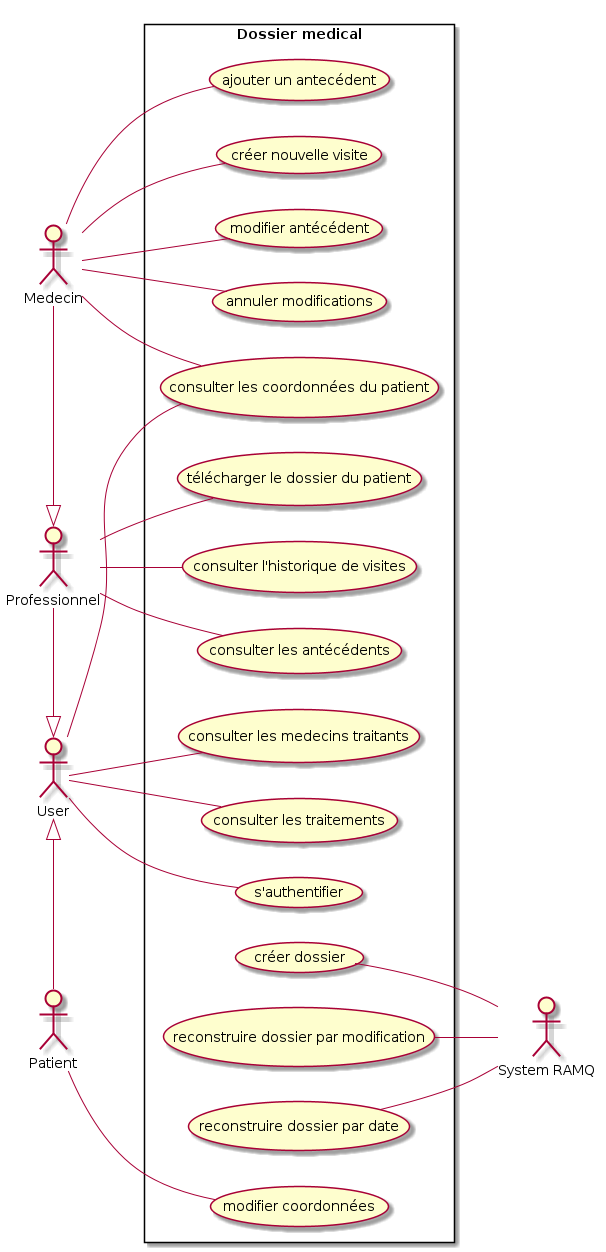
This is models/usecase_diagram.png from fethiuqam/INF5153-Projet-Session, a PlantUML export, as it was before one commit.
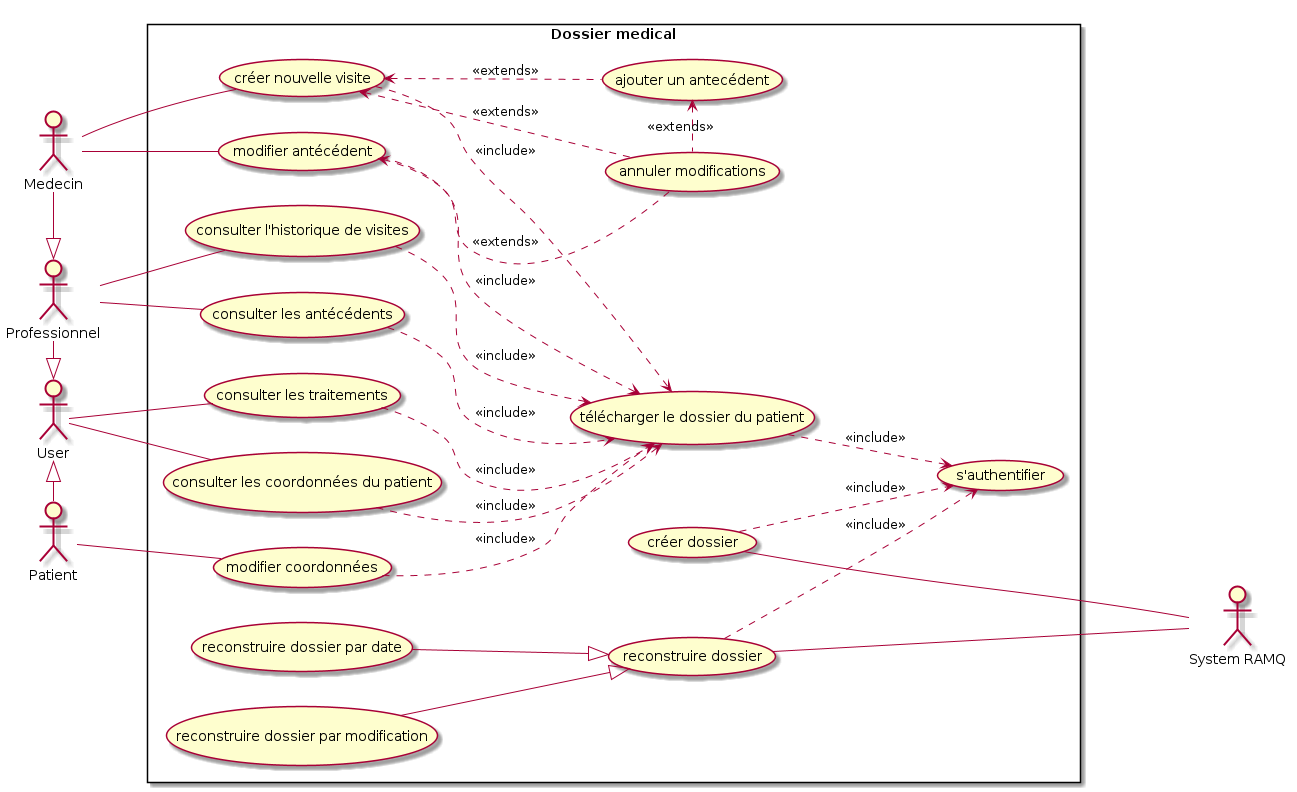
The same diagram one commit later.

Commit message:
mise a jour du diagramme des cas d'utilisations

What changed in the source:
```diff
@@ -9,46 +9,61 @@
 actor "Patient" as pat
 
 rectangle "Dossier medical" {
-  usecase "consulter l'historique de visites" as UC2
-  usecase "consulter les antécédents" as UC3
-  usecase "consulter les medecins traitants" as UC4
-  usecase "consulter les traitements" as UC5
-  usecase "s'authentifier" as UC6
-  usecase "télécharger le dossier du patient" as UC7
-  usecase "créer nouvelle visite" as UC8
-  usecase "consulter les coordonnées du patient" as UC9
-  usecase "modifier antécédent" as UC10
-  usecase "annuler modifications" as UC12
-  usecase "ajouter un antecédent" as UC13
-  usecase "créer dossier" as UC14
-  usecase "reconstruire dossier par modification" as UC15
-  usecase "reconstruire dossier par date" as UC16
-  usecase "modifier coordonnées" as UC17
+  usecase "consulter l'historique de visites" as UC1
+  usecase "consulter les antécédents" as UC2
+  usecase "consulter les traitements" as UC3
+  usecase "s'authentifier" as UC4
+  usecase "télécharger le dossier du patient" as UC5
+  usecase "créer nouvelle visite" as UC6
+  usecase "consulter les coordonnées du patient" as UC7
+  usecase "modifier antécédent" as UC8
+  usecase "annuler modifications" as UC9
+  usecase "ajouter un antecédent" as UC10
+  usecase "créer dossier" as UC11
+  usecase "reconstruire dossier" as UC15
+  usecase "reconstruire dossier par modification" as UC12
+  usecase "reconstruire dossier par date" as UC13
+  usecase "modifier coordonnées" as UC14
 }
 
 prof -|> user
 med -|> prof
 user <|- pat
 
-user -- UC4
-user -- UC5
-user -- UC6
-user -- UC9
+user -- UC3
+user -- UC7
 
+prof -- UC1
 prof -- UC2
-prof -- UC3
-prof -- UC7
 
+med -- UC6
 med -- UC8
-med -- UC9
-med -- UC10
-med -- UC12
-med -- UC13
 
-pat -- UC17
+UC6 <.. UC10 : <<extends>>
+UC6 <.. UC9 : <<extends>>
+UC10 <. UC9 : <<extends>>
+UC8 <.. UC9 : <<extends>>
 
-UC14 -- ramq
+
+UC6  ..> UC5 : <<include>>
+UC8  ..> UC5 : <<include>>
+UC1  ..> UC5 : <<include>>
+UC2  ..> UC5 : <<include>>
+UC3  ..> UC5 : <<include>>
+UC14  ..> UC5 : <<include>>
+UC7  ..> UC5 : <<include>>
+
+UC5  ..> UC4 : <<include>>
+UC15  ..> UC4 : <<include>>
+UC11  ..> UC4 : <<include>>
+
+
+UC11 ---- ramq
 UC15 -- ramq
-UC16 -- ramq
+
+UC12 --|> UC15
+UC13 --|> UC15
+
+pat -- UC14
 
 @enduml
```
